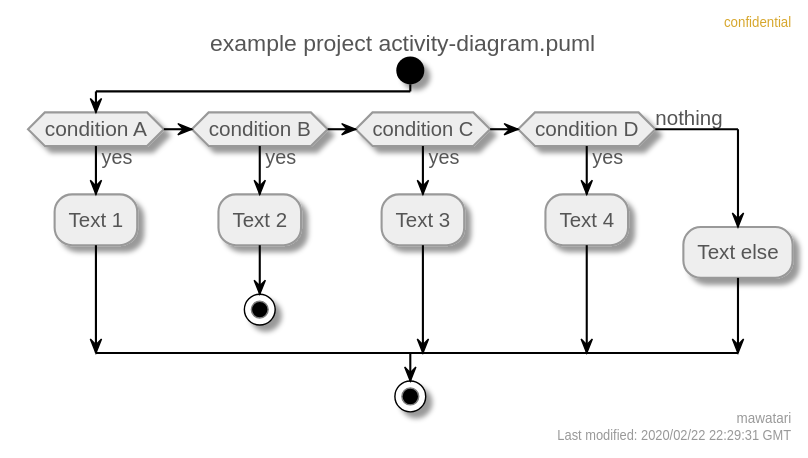
mawatari/example-project-uml keeps this PlantUML diagram as activity-diagram.svg. Above is the earlier version.
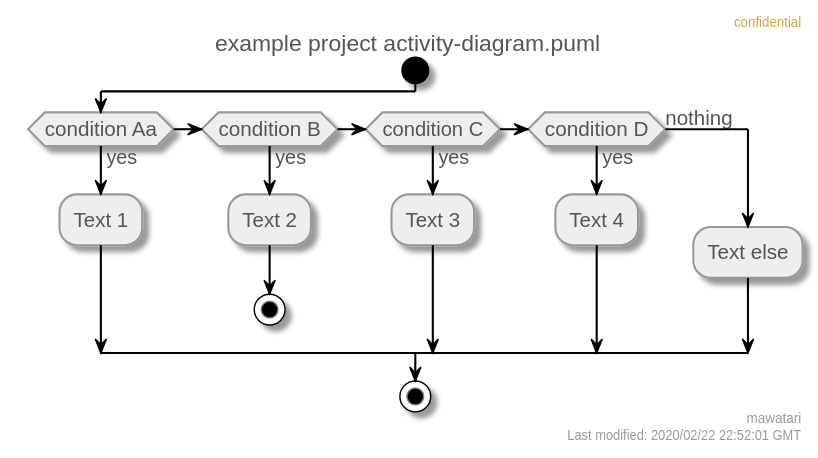
After the commit.

Commit message:
Automatically generated PlantUML images.

The edit, as a diff of the source:
```diff
@@ -38,11 +38,11 @@
   DiamondBorderColor #999999
 }
 right header confidential
-right footer mawatari\nLast modified: 2020/02/22 22:29:31 GMT
+right footer mawatari\nLast modified: 2020/02/22 22:52:01 GMT
 title example project activity-diagram.puml
 
 start
-if (condition A) then (yes)
+if (condition Aa) then (yes)
   :Text 1;
 elseif (condition B) then (yes)
   :Text 2;
```
